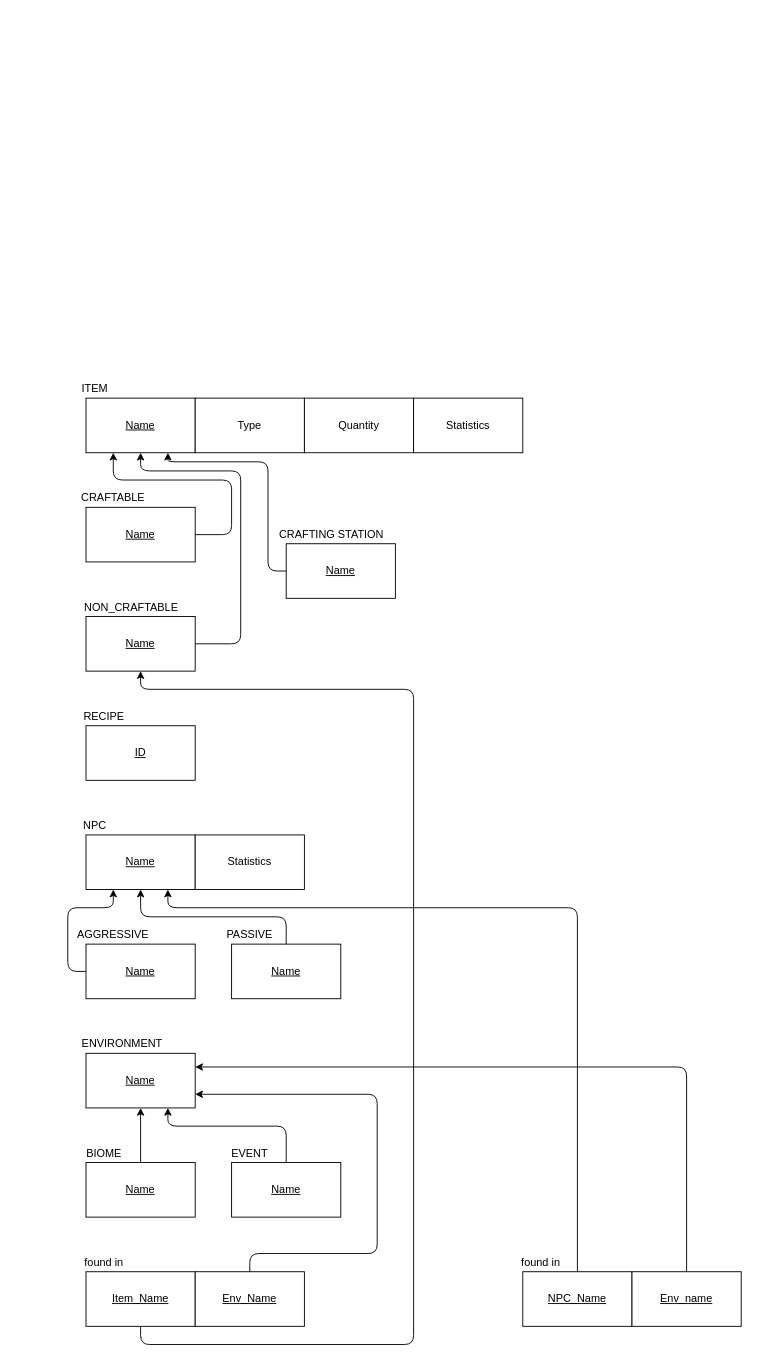
Before: TerrariaMR.drawio in ahridesu/guioes-BD, a draw.io diagram. Source tidied: cells renumbered, new cells numbered last; positions are measured from the earlier drawing's top-left corner, leaving out a move shared by most shapes. Both pictures are drawn from the tidied source at 91%, with x=0, y=0 at pixel (54, 379).
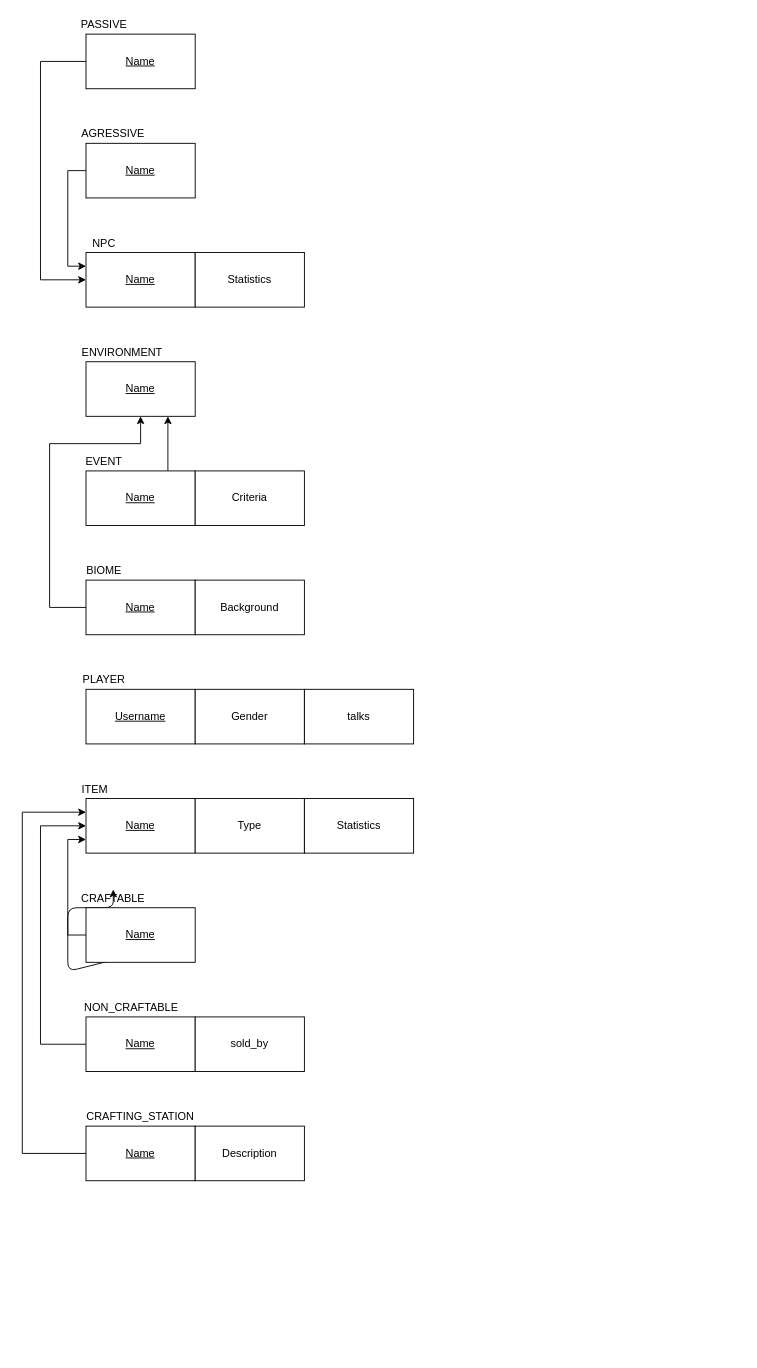
The same diagram, later.

The edit, as a diff of the source:
```diff
@@
-    <mxCell id="2" value="&lt;u&gt;Name&lt;/u&gt;" style="rounded=0;whiteSpace=wrap;html=1;" parent="1" vertex="1">
-      <mxGeometry x="35" y="20" width="120" height="60" as="geometry" />
-    </mxCell>
+    <mxCell id="23" style="endArrow=classic;html=1;exitX=0;exitY=0.5;exitDx=0;exitDy=0;entryX=0.25;entryY=1;entryDx=0;entryDy=0;" parent="1" edge="1">
+      <mxGeometry relative="1" as="geometry">
+        <mxPoint x="95" y="630" as="sourcePoint" />
+        <mxPoint x="65" y="560" as="targetPoint" />
+        <Array as="points">
+          <mxPoint x="15" y="650" />
+          <mxPoint x="15" y="580" />
+          <mxPoint x="65" y="580" />
+        </Array>
+      </mxGeometry>
+    </mxCell>
+    <mxCell id="45" value="&lt;u&gt;Name&lt;/u&gt;" style="rounded=0;whiteSpace=wrap;html=1;" parent="1" vertex="1">
+      <mxGeometry x="35" y="-20" width="120" height="60" as="geometry" />
+    </mxCell>
+    <mxCell id="26" value="ENVIRONMENT" style="text;html=1;strokeColor=none;fillColor=none;align=center;verticalAlign=middle;whiteSpace=wrap;rounded=0;" parent="1" vertex="1">
+      <mxGeometry x="55" y="-40" width="40" height="20" as="geometry" />
+    </mxCell>
+    <mxCell id="46" style="edgeStyle=orthogonalEdgeStyle;rounded=0;jettySize=auto;html=1;exitX=0.75;exitY=0;exitDx=0;exitDy=0;entryX=0.75;entryY=1;entryDx=0;entryDy=0;" parent="1" edge="1" source="47" target="45">
+      <mxGeometry relative="1" as="geometry" />
+    </mxCell>
+    <mxCell id="47" value="&lt;u&gt;Name&lt;/u&gt;" style="rounded=0;whiteSpace=wrap;html=1;" parent="1" vertex="1">
+      <mxGeometry x="35" y="100" width="120" height="60" as="geometry" />
+    </mxCell>
+    <mxCell id="48" value="Criteria" style="rounded=0;whiteSpace=wrap;html=1;" parent="1" vertex="1">
+      <mxGeometry x="155" y="100" width="120" height="60" as="geometry" />
+    </mxCell>
+    <mxCell id="49" style="edgeStyle=orthogonalEdgeStyle;rounded=0;jettySize=auto;html=1;exitX=0;exitY=0.5;exitDx=0;exitDy=0;entryX=0.5;entryY=1;entryDx=0;entryDy=0;" parent="1" edge="1" source="50" target="45">
+      <mxGeometry relative="1" as="geometry">
+        <Array as="points">
+          <mxPoint x="-5" y="250" />
+          <mxPoint x="-5" y="70" />
+          <mxPoint x="95" y="70" />
+        </Array>
+      </mxGeometry>
+    </mxCell>
+    <mxCell id="50" value="&lt;u&gt;Name&lt;/u&gt;" style="rounded=0;whiteSpace=wrap;html=1;" parent="1" vertex="1">
+      <mxGeometry x="35" y="220" width="120" height="60" as="geometry" />
+    </mxCell>
+    <mxCell id="51" value="Background" style="rounded=0;whiteSpace=wrap;html=1;" parent="1" vertex="1">
+      <mxGeometry x="155" y="220" width="120" height="60" as="geometry" />
+    </mxCell>
+    <mxCell id="31" value="BIOME" style="text;html=1;strokeColor=none;fillColor=none;align=center;verticalAlign=middle;whiteSpace=wrap;rounded=0;" parent="1" vertex="1">
+      <mxGeometry x="35" y="200" width="40" height="20" as="geometry" />
+    </mxCell>
+    <mxCell id="32" value="EVENT" style="text;html=1;strokeColor=none;fillColor=none;align=center;verticalAlign=middle;whiteSpace=wrap;rounded=0;" parent="1" vertex="1">
+      <mxGeometry x="35" y="80" width="40" height="20" as="geometry" />
+    </mxCell>
+    <mxCell id="52" value="&lt;u&gt;Username&lt;/u&gt;" style="rounded=0;whiteSpace=wrap;html=1;" parent="1" vertex="1">
+      <mxGeometry x="35" y="340" width="120" height="60" as="geometry" />
+    </mxCell>
+    <mxCell id="53" value="Gender" style="rounded=0;whiteSpace=wrap;html=1;" parent="1" vertex="1">
+      <mxGeometry x="155" y="340" width="120" height="60" as="geometry" />
+    </mxCell>
+    <mxCell id="54" value="PLAYER" style="text;html=1;strokeColor=none;fillColor=none;align=center;verticalAlign=middle;whiteSpace=wrap;rounded=0;" parent="1" vertex="1">
+      <mxGeometry x="35" y="320" width="40" height="20" as="geometry" />
+    </mxCell>
+    <mxCell id="55" value="talks" style="rounded=0;whiteSpace=wrap;html=1;" parent="1" vertex="1">
+      <mxGeometry x="275" y="340" width="120" height="60" as="geometry" />
+    </mxCell>
+    <mxCell id="56" value="&lt;u&gt;Name&lt;/u&gt;" style="rounded=0;whiteSpace=wrap;html=1;" parent="1" vertex="1">
+      <mxGeometry x="35" y="-140" width="120" height="60" as="geometry" />
+    </mxCell>
+    <mxCell id="18" value="NPC" style="text;html=1;strokeColor=none;fillColor=none;align=center;verticalAlign=middle;whiteSpace=wrap;rounded=0;" parent="1" vertex="1">
+      <mxGeometry x="35" y="-160" width="40" height="20" as="geometry" />
+    </mxCell>
+    <mxCell id="57" value="Statistics" style="rounded=0;whiteSpace=wrap;html=1;" parent="1" vertex="1">
+      <mxGeometry x="155" y="-140" width="120" height="60" as="geometry" />
+    </mxCell>
+    <mxCell id="58" style="edgeStyle=orthogonalEdgeStyle;rounded=0;jettySize=auto;html=1;exitX=0;exitY=0.5;exitDx=0;exitDy=0;entryX=0;entryY=0.25;entryDx=0;entryDy=0;" parent="1" edge="1" source="59" target="56">
+      <mxGeometry relative="1" as="geometry" />
+    </mxCell>
+    <mxCell id="59" value="&lt;u&gt;Name&lt;/u&gt;" style="rounded=0;whiteSpace=wrap;html=1;" parent="1" vertex="1">
+      <mxGeometry x="35" y="-260" width="120" height="60" as="geometry" />
+    </mxCell>
+    <mxCell id="60" style="edgeStyle=orthogonalEdgeStyle;rounded=0;jettySize=auto;html=1;exitX=0;exitY=0.5;exitDx=0;exitDy=0;entryX=0;entryY=0.5;entryDx=0;entryDy=0;" parent="1" edge="1" source="61" target="56">
+      <mxGeometry relative="1" as="geometry">
+        <Array as="points">
+          <mxPoint x="-15" y="-350" />
+          <mxPoint x="-15" y="-110" />
+        </Array>
+      </mxGeometry>
+    </mxCell>
+    <mxCell id="61" value="&lt;u&gt;Name&lt;/u&gt;" style="rounded=0;whiteSpace=wrap;html=1;" parent="1" vertex="1">
+      <mxGeometry x="35" y="-380" width="120" height="60" as="geometry" />
+    </mxCell>
+    <mxCell id="62" value="AGRESSIVE" style="text;html=1;strokeColor=none;fillColor=none;align=center;verticalAlign=middle;whiteSpace=wrap;rounded=0;" parent="1" vertex="1">
+      <mxGeometry x="45" y="-280" width="40" height="20" as="geometry" />
+    </mxCell>
+    <mxCell id="22" value="PASSIVE" style="text;html=1;strokeColor=none;fillColor=none;align=center;verticalAlign=middle;whiteSpace=wrap;rounded=0;" parent="1" vertex="1">
+      <mxGeometry x="35" y="-400" width="40" height="20" as="geometry" />
+    </mxCell>
+    <mxCell id="63" value="&lt;u&gt;Name&lt;/u&gt;" style="rounded=0;whiteSpace=wrap;html=1;" parent="1" vertex="1">
+      <mxGeometry x="35" y="460" width="120" height="60" as="geometry" />
+    </mxCell>
     <mxCell id="3" value="ITEM" style="text;html=1;strokeColor=none;fillColor=none;align=center;verticalAlign=middle;whiteSpace=wrap;rounded=0;" parent="1" vertex="1">
-      <mxGeometry x="25" width="40" height="20" as="geometry" />
+      <mxGeometry x="25" y="440" width="40" height="20" as="geometry" />
     </mxCell>
     <mxCell id="4" value="Type" style="rounded=0;whiteSpace=wrap;html=1;" parent="1" vertex="1">
-      <mxGeometry x="155" y="20" width="120" height="60" as="geometry" />
+      <mxGeometry x="155" y="460" width="120" height="60" as="geometry" />
     </mxCell>
-    <mxCell id="5" value="Quantity" style="rounded=0;whiteSpace=wrap;html=1;" parent="1" vertex="1">
-      <mxGeometry x="275" y="20" width="120" height="60" as="geometry" />
-    </mxCell>
-    <mxCell id="6" value="&lt;u&gt;Name&lt;/u&gt;" style="rounded=0;whiteSpace=wrap;html=1;" parent="1" vertex="1">
-      <mxGeometry x="35" y="140" width="120" height="60" as="geometry" />
-    </mxCell>
+    <mxCell id="64" value="Statistics" style="rounded=0;whiteSpace=wrap;html=1;" parent="1" vertex="1">
+      <mxGeometry x="275" y="460" width="120" height="60" as="geometry" />
+    </mxCell>
+    <mxCell id="65" style="edgeStyle=orthogonalEdgeStyle;rounded=0;jettySize=auto;html=1;exitX=0;exitY=0.5;exitDx=0;exitDy=0;entryX=0;entryY=0.75;entryDx=0;entryDy=0;" parent="1" edge="1" source="66" target="63">
+      <mxGeometry relative="1" as="geometry" />
+    </mxCell>
+    <mxCell id="66" value="&lt;u&gt;Name&lt;/u&gt;" style="rounded=0;whiteSpace=wrap;html=1;" parent="1" vertex="1">
+      <mxGeometry x="35" y="580" width="120" height="60" as="geometry" />
+    </mxCell>
+    <mxCell id="67" style="edgeStyle=orthogonalEdgeStyle;rounded=0;jettySize=auto;html=1;exitX=0;exitY=0.5;exitDx=0;exitDy=0;entryX=0;entryY=0.5;entryDx=0;entryDy=0;" parent="1" edge="1" source="68" target="63">
+      <mxGeometry relative="1" as="geometry">
+        <Array as="points">
+          <mxPoint x="-15" y="730" />
+          <mxPoint x="-15" y="490" />
+        </Array>
+      </mxGeometry>
+    </mxCell>
+    <mxCell id="68" value="&lt;u&gt;Name&lt;/u&gt;" style="rounded=0;whiteSpace=wrap;html=1;" parent="1" vertex="1">
+      <mxGeometry x="35" y="700" width="120" height="60" as="geometry" />
+    </mxCell>
     <mxCell id="7" value="CRAFTABLE" style="text;html=1;strokeColor=none;fillColor=none;align=center;verticalAlign=middle;whiteSpace=wrap;rounded=0;" parent="1" vertex="1">
-      <mxGeometry x="45" y="120" width="40" height="20" as="geometry" />
+      <mxGeometry x="45" y="560" width="40" height="20" as="geometry" />
     </mxCell>
-    <mxCell id="8" value="&lt;u&gt;Name&lt;/u&gt;" style="rounded=0;whiteSpace=wrap;html=1;" parent="1" vertex="1">
-      <mxGeometry x="35" y="260" width="120" height="60" as="geometry" />
-    </mxCell>
     <mxCell id="9" value="NON_CRAFTABLE" style="text;html=1;strokeColor=none;fillColor=none;align=center;verticalAlign=middle;whiteSpace=wrap;rounded=0;" parent="1" vertex="1">
-      <mxGeometry x="65" y="240" width="40" height="20" as="geometry" />
+      <mxGeometry x="65" y="680" width="40" height="20" as="geometry" />
     </mxCell>
-    <mxCell id="10" style="endArrow=classic;html=1;exitX=1;exitY=0.5;exitDx=0;exitDy=0;entryX=0.25;entryY=1;entryDx=0;entryDy=0;" parent="1" edge="1" source="6" target="2">
-      <mxGeometry relative="1" as="geometry">
-        <Array as="points">
-          <mxPoint x="195" y="170" />
-          <mxPoint x="195" y="110" />
-          <mxPoint x="65" y="110" />
-        </Array>
-      </mxGeometry>
-    </mxCell>
-    <mxCell id="11" style="endArrow=classic;html=1;exitX=1;exitY=0.5;exitDx=0;exitDy=0;entryX=0.5;entryY=1;entryDx=0;entryDy=0;" parent="1" edge="1" source="8" target="2">
-      <mxGeometry relative="1" as="geometry">
-        <Array as="points">
-          <mxPoint x="205" y="290" />
-          <mxPoint x="205" y="100" />
-          <mxPoint x="95" y="100" />
-        </Array>
-      </mxGeometry>
-    </mxCell>
-    <mxCell id="12" value="&lt;u&gt;Name&lt;/u&gt;" style="rounded=0;whiteSpace=wrap;html=1;" parent="1" vertex="1">
-      <mxGeometry x="255" y="180" width="120" height="60" as="geometry" />
-    </mxCell>
-    <mxCell id="13" value="CRAFTING STATION" style="text;html=1;strokeColor=none;fillColor=none;align=center;verticalAlign=middle;whiteSpace=wrap;rounded=0;" parent="1" vertex="1">
-      <mxGeometry x="245" y="160" width="120" height="20" as="geometry" />
-    </mxCell>
-    <mxCell id="14" style="endArrow=classic;html=1;exitX=0;exitY=0.5;exitDx=0;exitDy=0;entryX=0.75;entryY=1;entryDx=0;entryDy=0;" parent="1" edge="1" source="12" target="2">
-      <mxGeometry relative="1" as="geometry">
-        <Array as="points">
-          <mxPoint x="235" y="210" />
-          <mxPoint x="235" y="90" />
-          <mxPoint x="125" y="90" />
-        </Array>
-      </mxGeometry>
-    </mxCell>
-    <mxCell id="15" value="&lt;u&gt;ID&lt;/u&gt;" style="rounded=0;whiteSpace=wrap;html=1;" parent="1" vertex="1">
-      <mxGeometry x="35" y="380" width="120" height="60" as="geometry" />
-    </mxCell>
-    <mxCell id="16" value="RECIPE" style="text;html=1;strokeColor=none;fillColor=none;align=center;verticalAlign=middle;whiteSpace=wrap;rounded=0;" parent="1" vertex="1">
-      <mxGeometry x="35" y="360" width="40" height="20" as="geometry" />
-    </mxCell>
-    <mxCell id="17" value="&lt;u&gt;Name&lt;/u&gt;" style="rounded=0;whiteSpace=wrap;html=1;" parent="1" vertex="1">
-      <mxGeometry x="35" y="500" width="120" height="60" as="geometry" />
-    </mxCell>
-    <mxCell id="18" value="NPC" style="text;html=1;strokeColor=none;fillColor=none;align=center;verticalAlign=middle;whiteSpace=wrap;rounded=0;" parent="1" vertex="1">
-      <mxGeometry x="25" y="480" width="40" height="20" as="geometry" />
-    </mxCell>
-    <mxCell id="19" value="&lt;u&gt;Name&lt;/u&gt;" style="rounded=0;whiteSpace=wrap;html=1;" parent="1" vertex="1">
-      <mxGeometry x="35" y="620" width="120" height="60" as="geometry" />
-    </mxCell>
-    <mxCell id="20" value="&lt;u&gt;Name&lt;/u&gt;" style="rounded=0;whiteSpace=wrap;html=1;" parent="1" vertex="1">
-      <mxGeometry x="195" y="620" width="120" height="60" as="geometry" />
-    </mxCell>
-    <mxCell id="21" value="AGGRESSIVE" style="text;html=1;strokeColor=none;fillColor=none;align=center;verticalAlign=middle;whiteSpace=wrap;rounded=0;" parent="1" vertex="1">
-      <mxGeometry x="45" y="600" width="40" height="20" as="geometry" />
-    </mxCell>
-    <mxCell id="22" value="PASSIVE" style="text;html=1;strokeColor=none;fillColor=none;align=center;verticalAlign=middle;whiteSpace=wrap;rounded=0;" parent="1" vertex="1">
-      <mxGeometry x="195" y="600" width="40" height="20" as="geometry" />
-    </mxCell>
-    <mxCell id="23" style="endArrow=classic;html=1;exitX=0;exitY=0.5;exitDx=0;exitDy=0;entryX=0.25;entryY=1;entryDx=0;entryDy=0;" parent="1" edge="1" source="19" target="17">
-      <mxGeometry relative="1" as="geometry">
-        <Array as="points">
-          <mxPoint x="15" y="650" />
-          <mxPoint x="15" y="580" />
-          <mxPoint x="65" y="580" />
-        </Array>
-      </mxGeometry>
-    </mxCell>
-    <mxCell id="24" style="endArrow=classic;html=1;exitX=0.5;exitY=0;exitDx=0;exitDy=0;" parent="1" edge="1" source="20">
-      <mxGeometry relative="1" as="geometry">
-        <mxPoint x="95" y="560" as="targetPoint" />
-        <Array as="points">
-          <mxPoint x="255" y="590" />
-          <mxPoint x="95" y="590" />
-        </Array>
-      </mxGeometry>
-    </mxCell>
-    <mxCell id="25" value="&lt;u&gt;Name&lt;/u&gt;" style="rounded=0;whiteSpace=wrap;html=1;" parent="1" vertex="1">
-      <mxGeometry x="35" y="740" width="120" height="60" as="geometry" />
-    </mxCell>
-    <mxCell id="26" value="ENVIRONMENT" style="text;html=1;strokeColor=none;fillColor=none;align=center;verticalAlign=middle;whiteSpace=wrap;rounded=0;" parent="1" vertex="1">
-      <mxGeometry x="55" y="720" width="40" height="20" as="geometry" />
-    </mxCell>
-    <mxCell id="27" value="&lt;u&gt;Name&lt;/u&gt;" style="rounded=0;whiteSpace=wrap;html=1;" parent="1" vertex="1">
-      <mxGeometry x="35" y="860" width="120" height="60" as="geometry" />
-    </mxCell>
-    <mxCell id="28" value="&lt;u&gt;Name&lt;/u&gt;" style="rounded=0;whiteSpace=wrap;html=1;" parent="1" vertex="1">
-      <mxGeometry x="195" y="860" width="120" height="60" as="geometry" />
-    </mxCell>
-    <mxCell id="29" style="endArrow=classic;html=1;exitX=0.5;exitY=0;exitDx=0;exitDy=0;entryX=0.5;entryY=1;entryDx=0;entryDy=0;" parent="1" edge="1" source="27" target="25">
-      <mxGeometry relative="1" as="geometry" />
-    </mxCell>
-    <mxCell id="30" style="endArrow=classic;html=1;exitX=0.5;exitY=0;exitDx=0;exitDy=0;entryX=0.75;entryY=1;entryDx=0;entryDy=0;" parent="1" edge="1" source="28" target="25">
-      <mxGeometry relative="1" as="geometry">
-        <Array as="points">
-          <mxPoint x="255" y="820" />
-          <mxPoint x="125" y="820" />
-        </Array>
-      </mxGeometry>
-    </mxCell>
-    <mxCell id="31" value="BIOME" style="text;html=1;strokeColor=none;fillColor=none;align=center;verticalAlign=middle;whiteSpace=wrap;rounded=0;" parent="1" vertex="1">
-      <mxGeometry x="35" y="840" width="40" height="20" as="geometry" />
-    </mxCell>
-    <mxCell id="32" value="EVENT" style="text;html=1;strokeColor=none;fillColor=none;align=center;verticalAlign=middle;whiteSpace=wrap;rounded=0;" parent="1" vertex="1">
-      <mxGeometry x="195" y="840" width="40" height="20" as="geometry" />
-    </mxCell>
-    <mxCell id="33" value="&lt;u&gt;Item_Name&lt;/u&gt;" style="rounded=0;whiteSpace=wrap;html=1;" parent="1" vertex="1">
-      <mxGeometry x="35" y="980" width="120" height="60" as="geometry" />
-    </mxCell>
-    <mxCell id="34" value="&lt;u&gt;Env_Name&lt;/u&gt;" style="rounded=0;whiteSpace=wrap;html=1;" parent="1" vertex="1">
-      <mxGeometry x="155" y="980" width="120" height="60" as="geometry" />
-    </mxCell>
-    <mxCell id="35" value="found in" style="text;html=1;strokeColor=none;fillColor=none;align=center;verticalAlign=middle;whiteSpace=wrap;rounded=0;" parent="1" vertex="1">
-      <mxGeometry y="960" width="110" height="20" as="geometry" />
-    </mxCell>
-    <mxCell id="36" style="endArrow=classic;html=1;entryX=1;entryY=0.75;entryDx=0;entryDy=0;" parent="1" edge="1" target="25">
-      <mxGeometry relative="1" as="geometry">
-        <mxPoint x="215" y="980" as="sourcePoint" />
-        <Array as="points">
-          <mxPoint x="215" y="960" />
-          <mxPoint x="355" y="960" />
-          <mxPoint x="355" y="785" />
-        </Array>
-      </mxGeometry>
-    </mxCell>
-    <mxCell id="37" style="endArrow=classic;html=1;exitX=0.5;exitY=1;exitDx=0;exitDy=0;entryX=0.5;entryY=1;entryDx=0;entryDy=0;" parent="1" edge="1" source="33" target="8">
-      <mxGeometry relative="1" as="geometry">
-        <Array as="points">
-          <mxPoint x="95" y="1060" />
-          <mxPoint x="395" y="1060" />
-          <mxPoint x="395" y="340" />
-          <mxPoint x="95" y="340" />
-        </Array>
-      </mxGeometry>
-    </mxCell>
-    <mxCell id="38" value="&lt;u&gt;NPC_Name&lt;/u&gt;" style="rounded=0;whiteSpace=wrap;html=1;" parent="1" vertex="1">
-      <mxGeometry x="515" y="980" width="120" height="60" as="geometry" />
-    </mxCell>
-    <mxCell id="39" value="&lt;u&gt;Env_name&lt;/u&gt;" style="rounded=0;whiteSpace=wrap;html=1;" parent="1" vertex="1">
-      <mxGeometry x="635" y="980" width="120" height="60" as="geometry" />
-    </mxCell>
-    <mxCell id="40" value="found in" style="text;html=1;strokeColor=none;fillColor=none;align=center;verticalAlign=middle;whiteSpace=wrap;rounded=0;" parent="1" vertex="1">
-      <mxGeometry x="495" y="960" width="80" height="20" as="geometry" />
-    </mxCell>
-    <mxCell id="41" style="endArrow=classic;html=1;exitX=1;exitY=1;exitDx=0;exitDy=0;entryX=0.75;entryY=1;entryDx=0;entryDy=0;" parent="1" edge="1" source="40" target="17">
-      <mxGeometry relative="1" as="geometry">
-        <Array as="points">
-          <mxPoint x="575" y="580" />
-          <mxPoint x="125" y="580" />
-        </Array>
-      </mxGeometry>
-    </mxCell>
-    <mxCell id="42" style="endArrow=classic;html=1;exitX=0.5;exitY=0;exitDx=0;exitDy=0;entryX=1;entryY=0.25;entryDx=0;entryDy=0;" parent="1" edge="1" source="39" target="25">
-      <mxGeometry relative="1" as="geometry">
-        <Array as="points">
-          <mxPoint x="695" y="755" />
-        </Array>
-      </mxGeometry>
-    </mxCell>
-    <mxCell id="43" value="Statistics" style="rounded=0;whiteSpace=wrap;html=1;" parent="1" vertex="1">
-      <mxGeometry x="395" y="20" width="120" height="60" as="geometry" />
-    </mxCell>
-    <mxCell id="44" value="Statistics" style="rounded=0;whiteSpace=wrap;html=1;" parent="1" vertex="1">
-      <mxGeometry x="155" y="500" width="120" height="60" as="geometry" />
-    </mxCell>
+    <mxCell id="69" style="edgeStyle=orthogonalEdgeStyle;rounded=0;jettySize=auto;html=1;exitX=0;exitY=0.5;exitDx=0;exitDy=0;entryX=0;entryY=0.25;entryDx=0;entryDy=0;" parent="1" edge="1" source="70" target="63">
+      <mxGeometry relative="1" as="geometry">
+        <Array as="points">
+          <mxPoint x="-35" y="850" />
+          <mxPoint x="-35" y="475" />
+        </Array>
+      </mxGeometry>
+    </mxCell>
+    <mxCell id="70" value="&lt;u&gt;Name&lt;/u&gt;" style="rounded=0;whiteSpace=wrap;html=1;" parent="1" vertex="1">
+      <mxGeometry x="35" y="820" width="120" height="60" as="geometry" />
+    </mxCell>
+    <mxCell id="71" value="CRAFTING_STATION" style="text;html=1;strokeColor=none;fillColor=none;align=center;verticalAlign=middle;whiteSpace=wrap;rounded=0;" parent="1" vertex="1">
+      <mxGeometry x="75" y="800" width="40" height="20" as="geometry" />
+    </mxCell>
+    <mxCell id="72" value="Description" style="rounded=0;whiteSpace=wrap;html=1;" parent="1" vertex="1">
+      <mxGeometry x="155" y="820" width="120" height="60" as="geometry" />
+    </mxCell>
+    <mxCell id="73" value="sold_by" style="rounded=0;whiteSpace=wrap;html=1;" parent="1" vertex="1">
+      <mxGeometry x="155" y="700" width="120" height="60" as="geometry" />
+    </mxCell>
```
